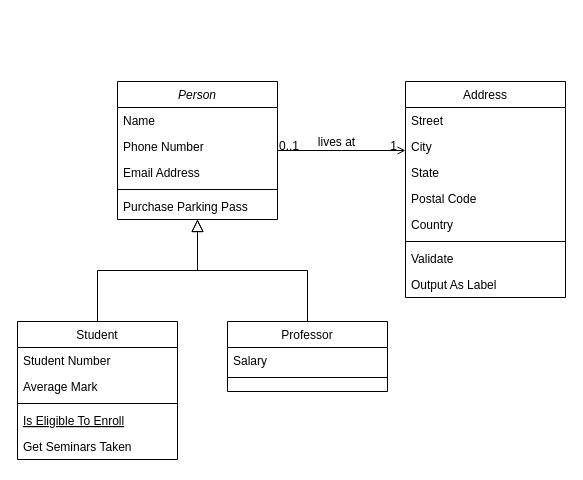
Above: Diagrama sem nome.drawio in eognus/POO2_projetob1 (draw.io), before the change. Source tidied: cells renumbered, new cells numbered last; positions are measured from the earlier drawing's top-left corner, leaving out a move shared by most shapes. Both pictures are drawn from the tidied source at 100%, with x=0, y=0 at pixel (17, 81).
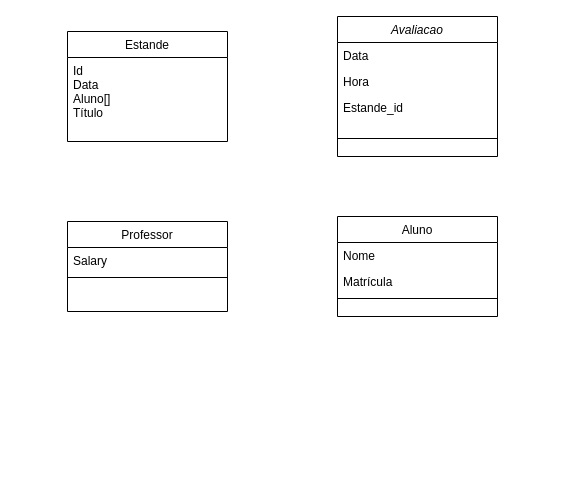
The same page after the edit.

Diff of the diagram source:
```diff
@@
-    <mxCell id="2" value="Person" style="swimlane;fontStyle=2;align=center;verticalAlign=top;horizontal=1;startSize=26;rounded=0;shadow=0;strokeWidth=1;" parent="1" vertex="1">
-      <mxGeometry x="100" width="160" height="138" as="geometry" />
+    <mxCell id="2" value="Avaliacao" style="swimlane;fontStyle=2;align=center;verticalAlign=top;horizontal=1;startSize=26;rounded=0;shadow=0;strokeWidth=1;" parent="1" vertex="1">
+      <mxGeometry x="320" y="-65" width="160" height="140" as="geometry" />
     </mxCell>
-    <mxCell id="3" value="Name" style="text;align=left;verticalAlign=top;spacingLeft=4;spacingRight=4;overflow=hidden;" parent="2" vertex="1">
+    <mxCell id="3" value="Data" style="text;align=left;verticalAlign=top;spacingLeft=4;spacingRight=4;overflow=hidden;" parent="2" vertex="1">
       <mxGeometry y="26" width="160" height="26" as="geometry" />
     </mxCell>
-    <mxCell id="4" value="Phone Number" style="text;align=left;verticalAlign=top;spacingLeft=4;spacingRight=4;overflow=hidden;rounded=0;shadow=0;html=0;" parent="2" vertex="1">
+    <mxCell id="4" value="Hora" style="text;align=left;verticalAlign=top;spacingLeft=4;spacingRight=4;overflow=hidden;rounded=0;shadow=0;html=0;" parent="2" vertex="1">
       <mxGeometry y="52" width="160" height="26" as="geometry" />
     </mxCell>
-    <mxCell id="5" value="Email Address" style="text;align=left;verticalAlign=top;spacingLeft=4;spacingRight=4;overflow=hidden;rounded=0;shadow=0;html=0;" parent="2" vertex="1">
+    <mxCell id="5" value="Estande_id" style="text;align=left;verticalAlign=top;spacingLeft=4;spacingRight=4;overflow=hidden;rounded=0;shadow=0;html=0;" parent="2" vertex="1">
       <mxGeometry y="78" width="160" height="26" as="geometry" />
     </mxCell>
     <mxCell id="6" style="line;html=1;strokeWidth=1;align=left;verticalAlign=middle;spacingTop=-1;spacingLeft=3;spacingRight=3;labelPosition=right;" parent="2" vertex="1">
-      <mxGeometry y="104" width="160" height="8" as="geometry" />
+      <mxGeometry y="104" width="160" height="36" as="geometry" />
     </mxCell>
-    <mxCell id="7" value="Purchase Parking Pass" style="text;align=left;verticalAlign=top;spacingLeft=4;spacingRight=4;overflow=hidden;" parent="2" vertex="1">
-      <mxGeometry y="112" width="160" height="26" as="geometry" />
-    </mxCell>
-    <mxCell id="8" value="Student" style="swimlane;fontStyle=0;align=center;verticalAlign=top;horizontal=1;startSize=26;rounded=0;shadow=0;strokeWidth=1;" parent="1" vertex="1">
-      <mxGeometry y="240" width="160" height="138" as="geometry" />
+    <mxCell id="8" value="Aluno" style="swimlane;fontStyle=0;align=center;verticalAlign=top;horizontal=1;startSize=26;rounded=0;shadow=0;strokeWidth=1;" parent="1" vertex="1">
+      <mxGeometry x="320" y="135" width="160" height="100" as="geometry" />
     </mxCell>
-    <mxCell id="9" value="Student Number" style="text;align=left;verticalAlign=top;spacingLeft=4;spacingRight=4;overflow=hidden;" parent="8" vertex="1">
+    <mxCell id="9" value="Nome    " style="text;align=left;verticalAlign=top;spacingLeft=4;spacingRight=4;overflow=hidden;" parent="8" vertex="1">
       <mxGeometry y="26" width="160" height="26" as="geometry" />
     </mxCell>
-    <mxCell id="10" value="Average Mark" style="text;align=left;verticalAlign=top;spacingLeft=4;spacingRight=4;overflow=hidden;rounded=0;shadow=0;html=0;" parent="8" vertex="1">
+    <mxCell id="10" value="Matrícula" style="text;align=left;verticalAlign=top;spacingLeft=4;spacingRight=4;overflow=hidden;rounded=0;shadow=0;html=0;" parent="8" vertex="1">
       <mxGeometry y="52" width="160" height="26" as="geometry" />
     </mxCell>
@@
-    <mxCell id="12" value="Is Eligible To Enroll" style="text;align=left;verticalAlign=top;spacingLeft=4;spacingRight=4;overflow=hidden;fontStyle=4;" parent="8" vertex="1">
-      <mxGeometry y="86" width="160" height="26" as="geometry" />
-    </mxCell>
-    <mxCell id="13" value="Get Seminars Taken" style="text;align=left;verticalAlign=top;spacingLeft=4;spacingRight=4;overflow=hidden;" parent="8" vertex="1">
-      <mxGeometry y="112" width="160" height="26" as="geometry" />
-    </mxCell>
-    <mxCell id="14" style="endArrow=block;endSize=10;endFill=0;shadow=0;strokeWidth=1;rounded=0;edgeStyle=elbowEdgeStyle;elbow=vertical;" parent="1" edge="1" source="8" target="2">
-      <mxGeometry relative="1" as="geometry" />
-    </mxCell>
     <mxCell id="15" value="Professor" style="swimlane;fontStyle=0;align=center;verticalAlign=top;horizontal=1;startSize=26;rounded=0;shadow=0;strokeWidth=1;" parent="1" vertex="1">
-      <mxGeometry x="210" y="240" width="160" height="70" as="geometry" />
+      <mxGeometry x="50" y="140" width="160" height="90" as="geometry" />
     </mxCell>
@@
-    <mxCell id="18" style="endArrow=block;endSize=10;endFill=0;shadow=0;strokeWidth=1;rounded=0;edgeStyle=elbowEdgeStyle;elbow=vertical;" parent="1" edge="1" source="15" target="2">
-      <mxGeometry relative="1" as="geometry" />
-    </mxCell>
-    <mxCell id="19" value="Address" style="swimlane;fontStyle=0;align=center;verticalAlign=top;horizontal=1;startSize=26;rounded=0;shadow=0;strokeWidth=1;" parent="1" vertex="1">
-      <mxGeometry x="388" width="160" height="216" as="geometry" />
+    <mxCell id="19" value="Estande" style="swimlane;fontStyle=0;align=center;verticalAlign=top;horizontal=1;startSize=26;rounded=0;shadow=0;strokeWidth=1;" parent="1" vertex="1">
+      <mxGeometry x="50" y="-50" width="160" height="110" as="geometry" />
     </mxCell>
-    <mxCell id="20" value="Street" style="text;align=left;verticalAlign=top;spacingLeft=4;spacingRight=4;overflow=hidden;" parent="19" vertex="1">
-      <mxGeometry y="26" width="160" height="26" as="geometry" />
+    <mxCell id="20" value="Id&#10;Data&#10;Aluno[]&#10;Título" style="text;align=left;verticalAlign=top;spacingLeft=4;spacingRight=4;overflow=hidden;" parent="19" vertex="1">
+      <mxGeometry y="26" width="160" height="84" as="geometry" />
     </mxCell>
-    <mxCell id="21" value="City" style="text;align=left;verticalAlign=top;spacingLeft=4;spacingRight=4;overflow=hidden;rounded=0;shadow=0;html=0;" parent="19" vertex="1">
-      <mxGeometry y="52" width="160" height="26" as="geometry" />
-    </mxCell>
-    <mxCell id="22" value="State" style="text;align=left;verticalAlign=top;spacingLeft=4;spacingRight=4;overflow=hidden;rounded=0;shadow=0;html=0;" parent="19" vertex="1">
-      <mxGeometry y="78" width="160" height="26" as="geometry" />
-    </mxCell>
-    <mxCell id="23" value="Postal Code" style="text;align=left;verticalAlign=top;spacingLeft=4;spacingRight=4;overflow=hidden;rounded=0;shadow=0;html=0;" parent="19" vertex="1">
-      <mxGeometry y="104" width="160" height="26" as="geometry" />
-    </mxCell>
-    <mxCell id="24" value="Country" style="text;align=left;verticalAlign=top;spacingLeft=4;spacingRight=4;overflow=hidden;rounded=0;shadow=0;html=0;" parent="19" vertex="1">
-      <mxGeometry y="130" width="160" height="26" as="geometry" />
-    </mxCell>
     <mxCell id="25" style="line;html=1;strokeWidth=1;align=left;verticalAlign=middle;spacingTop=-1;spacingLeft=3;spacingRight=3;labelPosition=right;" parent="19" vertex="1">
-      <mxGeometry y="156" width="160" height="8" as="geometry" />
+      <mxGeometry y="110" width="160" as="geometry" />
     </mxCell>
-    <mxCell id="26" value="Validate" style="text;align=left;verticalAlign=top;spacingLeft=4;spacingRight=4;overflow=hidden;" parent="19" vertex="1">
-      <mxGeometry y="164" width="160" height="26" as="geometry" />
-    </mxCell>
-    <mxCell id="27" value="Output As Label" style="text;align=left;verticalAlign=top;spacingLeft=4;spacingRight=4;overflow=hidden;" parent="19" vertex="1">
-      <mxGeometry y="190" width="160" height="26" as="geometry" />
-    </mxCell>
-    <mxCell id="28" style="endArrow=open;shadow=0;strokeWidth=1;rounded=0;endFill=1;edgeStyle=elbowEdgeStyle;elbow=vertical;" parent="1" edge="1" source="2" target="19">
-      <mxGeometry x="0.5" y="41" relative="1" as="geometry">
-        <mxPoint x="-40" y="32" as="offset" />
-      </mxGeometry>
-    </mxCell>
-    <mxCell id="29" value="0..1" style="align=left;verticalAlign=bottom;labelBackgroundColor=none;fontSize=12;" parent="28" vertex="1">
-      <mxGeometry x="-1" relative="1" as="geometry">
-        <mxPoint y="4" as="offset" />
-      </mxGeometry>
-    </mxCell>
-    <mxCell id="30" value="1" style="align=right;verticalAlign=bottom;labelBackgroundColor=none;fontSize=12;" parent="28" vertex="1">
-      <mxGeometry x="1" relative="1" as="geometry">
-        <mxPoint x="-7" y="4" as="offset" />
-      </mxGeometry>
-    </mxCell>
-    <mxCell id="31" value="lives at" style="text;html=1;align=center;verticalAlign=middle;labelBackgroundColor=none;rounded=0;shadow=0;strokeWidth=1;fontSize=12;" parent="28" vertex="1">
-      <mxGeometry x="0.5" y="49" relative="1" as="geometry">
-        <mxPoint x="-38" y="40" as="offset" />
-      </mxGeometry>
-    </mxCell>
```
